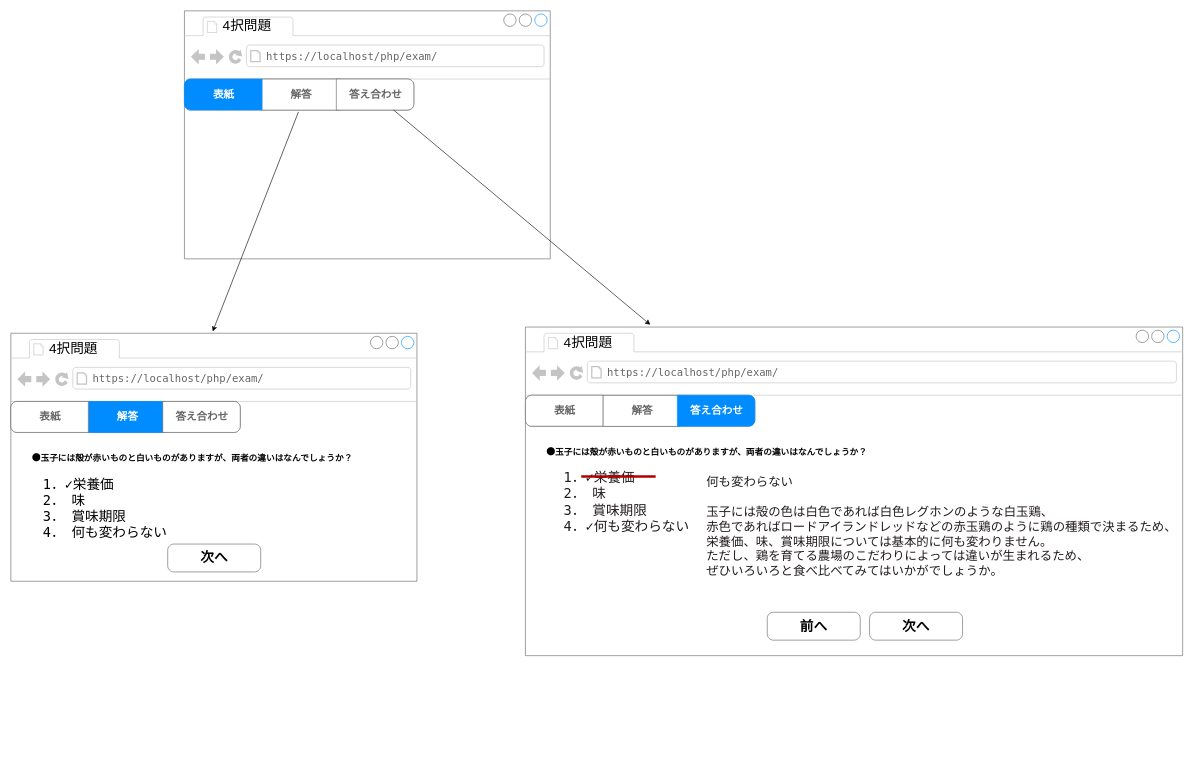
Above: page "画面遷移図" (1 of 4) of uml.drawio in k-irie/exam (draw.io), before the change. Source tidied: cells renumbered, new cells numbered last; positions are measured from the earlier drawing's top-left corner, leaving out a move shared by most shapes. Both pictures are drawn from the tidied source at 62%, with x=0, y=0 at pixel (11, 11).
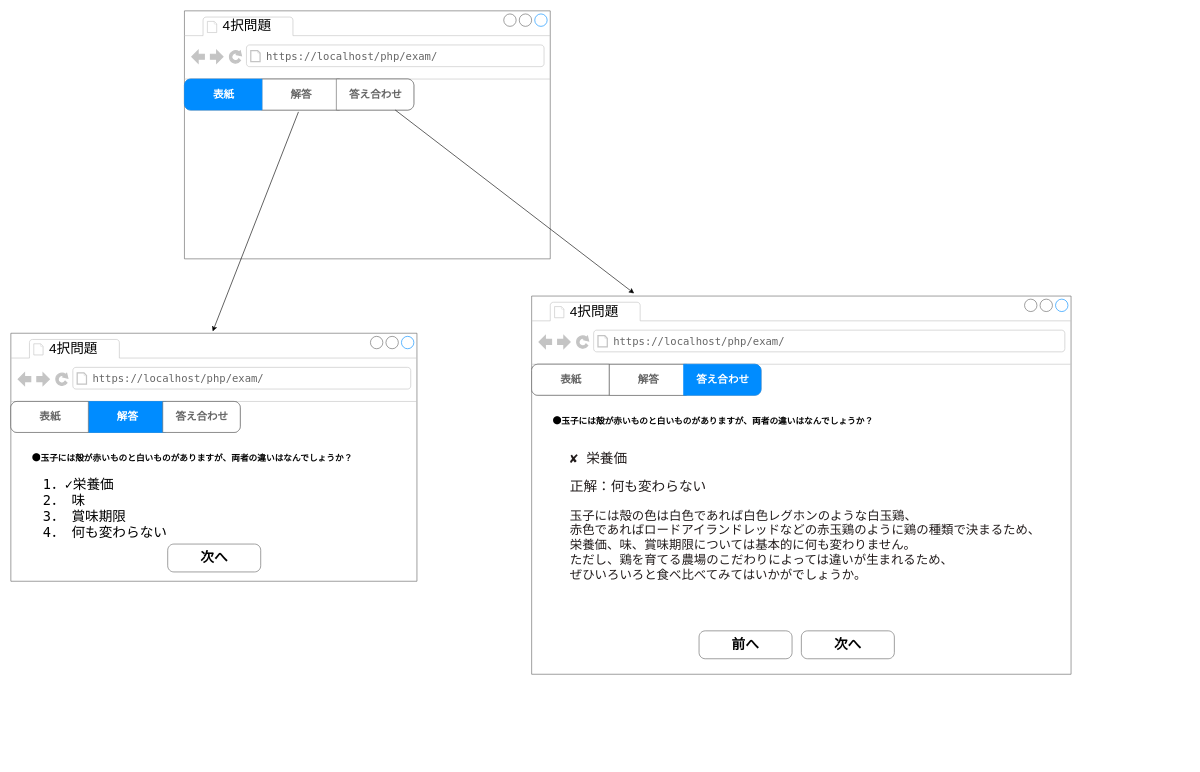
Above is the later version.

Diff of the diagram source:
```diff
@@
     <mxCell id="20" style="strokeWidth=1;shadow=0;dashed=0;align=center;html=1;shape=mxgraph.mockup.containers.browserWindow;rSize=0;strokeColor=#666666;strokeColor2=#008cff;strokeColor3=#c4c4c4;mainText=,;fontFamily=Lucida Console;fontSize=22;" parent="1" vertex="1">
-      <mxGeometry x="830" y="510" width="1060" height="530" as="geometry" />
+      <mxGeometry x="840" y="460" width="870" height="610" as="geometry" />
     </mxCell>
@@
-    <mxCell id="28" value="1．✓栄養価&#10;2．　味&#10;3．　賞味期限&#10;4．✓何も変わらない" style="text;align=left;verticalAlign=middle;strokeColor=none;fillColor=none;fontSize=22;fontFamily=Lucida Console;fontColor=#221c1c;" parent="20" vertex="1">
-      <mxGeometry x="60" y="220" width="230" height="120" as="geometry" />
+    <mxCell id="28" value="✘ 栄養価" style="text;align=left;verticalAlign=middle;strokeColor=none;fillColor=none;fontSize=22;fontFamily=Lucida Console;fontColor=#221c1c;" parent="20" vertex="1">
+      <mxGeometry x="60" y="240" width="120" height="40" as="geometry" />
     </mxCell>
+    <mxCell id="31" value="玉子には殻の色は白色であれば白色レグホンのような白玉鶏、&#10;赤色であればロードアイランドレッドなどの赤玉鶏のように鶏の種類で決まるため、&#10;栄養価、味、賞味期限については基本的に何も変わりません。&#10;ただし、鶏を育てる農場のこだわりによっては違いが生まれるため、&#10;ぜひいろいろと食べ比べてみてはいかがでしょうか。" style="text;align=left;verticalAlign=middle;strokeColor=none;fillColor=none;fontSize=20;fontFamily=Lucida Console;fontColor=#221c1c;" parent="20" vertex="1">
+      <mxGeometry x="60" y="335" width="780" height="130" as="geometry" />
+    </mxCell>
+    <mxCell id="35" value="正解：何も変わらない" style="text;align=left;verticalAlign=middle;strokeColor=none;fillColor=none;fontSize=22;fontFamily=Lucida Console;fontColor=#221c1c;" parent="20" vertex="1">
+      <mxGeometry x="60" y="285" width="240" height="40" as="geometry" />
+    </mxCell>
+    <mxCell id="32" value="前へ" style="strokeWidth=1;shadow=0;dashed=0;align=center;html=1;shape=mxgraph.mockup.buttons.button;strokeColor=#666666;fontColor=default;mainText=;buttonStyle=round;fontSize=22;fontStyle=1;fillColor=#ffffff;whiteSpace=wrap;fontFamily=Lucida Console;" parent="20" vertex="1">
+      <mxGeometry x="270" y="540" width="150" height="45" as="geometry" />
+    </mxCell>
     <mxCell id="29" value="次へ" style="strokeWidth=1;shadow=0;dashed=0;align=center;html=1;shape=mxgraph.mockup.buttons.button;strokeColor=#666666;fontColor=default;mainText=;buttonStyle=round;fontSize=22;fontStyle=1;fillColor=#ffffff;whiteSpace=wrap;fontFamily=Lucida Console;" parent="20" vertex="1">
-      <mxGeometry x="555" y="460" width="150" height="45" as="geometry" />
+      <mxGeometry x="435" y="540" width="150" height="45" as="geometry" />
     </mxCell>
-    <mxCell id="30" style="endArrow=none;html=1;fontFamily=Lucida Console;fontSize=22;fontColor=#221c1c;fillColor=#e51400;strokeColor=#B20000;strokeWidth=4;" parent="20" edge="1">
-      <mxGeometry relative="1" as="geometry">
-        <mxPoint x="90" y="241" as="sourcePoint" />
-        <mxPoint x="210" y="241" as="targetPoint" />
-      </mxGeometry>
-    </mxCell>
-    <mxCell id="31" value="何も変わらない&#10;&#10;玉子には殻の色は白色であれば白色レグホンのような白玉鶏、&#10;赤色であればロードアイランドレッドなどの赤玉鶏のように鶏の種類で決まるため、&#10;栄養価、味、賞味期限については基本的に何も変わりません。&#10;ただし、鶏を育てる農場のこだわりによっては違いが生まれるため、&#10;ぜひいろいろと食べ比べてみてはいかがでしょうか。" style="text;align=left;verticalAlign=middle;strokeColor=none;fillColor=none;fontSize=20;fontFamily=Lucida Console;fontColor=#221c1c;" parent="20" vertex="1">
-      <mxGeometry x="290" y="230" width="780" height="180" as="geometry" />
-    </mxCell>
-    <mxCell id="32" value="前へ" style="strokeWidth=1;shadow=0;dashed=0;align=center;html=1;shape=mxgraph.mockup.buttons.button;strokeColor=#666666;fontColor=default;mainText=;buttonStyle=round;fontSize=22;fontStyle=1;fillColor=#ffffff;whiteSpace=wrap;fontFamily=Lucida Console;" parent="20" vertex="1">
-      <mxGeometry x="390" y="460" width="150" height="45" as="geometry" />
-    </mxCell>
```
